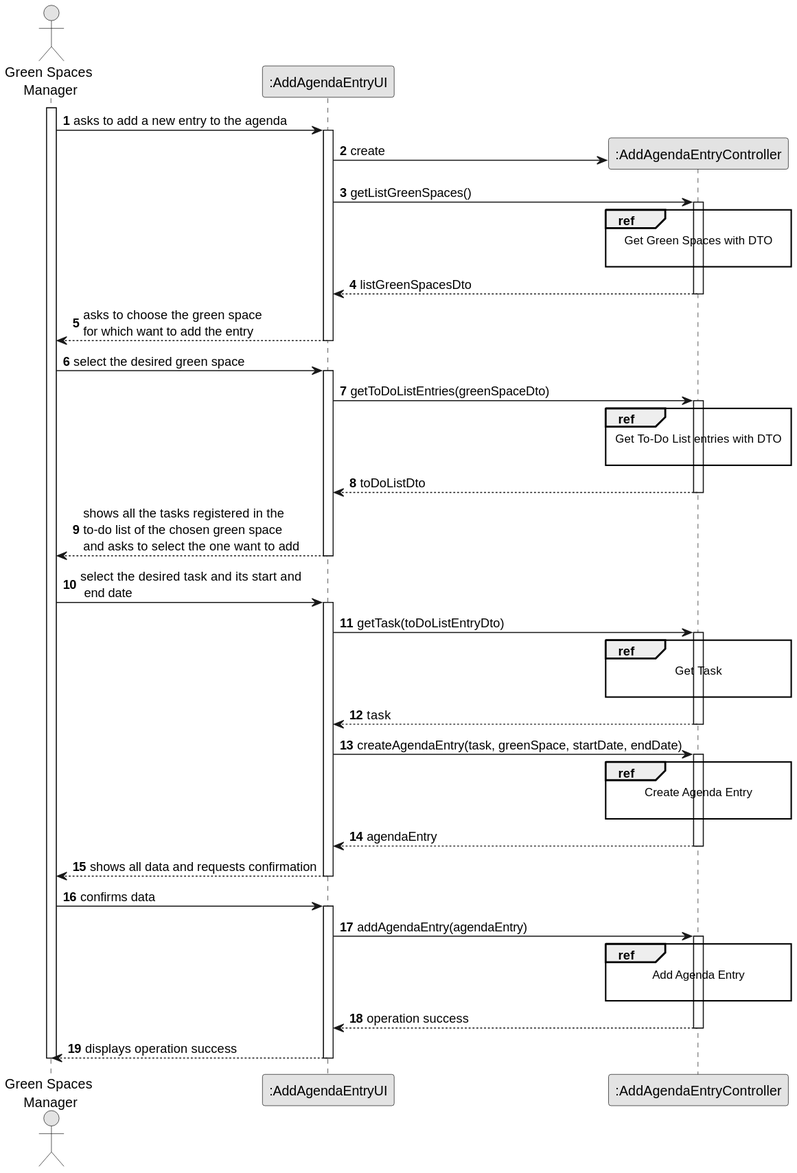
Earlier version of the PlantUML export docs/sprintC/us022/03.design/svg/us022-sequence-diagram-split.svg (diogoveirospro/lei-24-s2-1dg-g072).
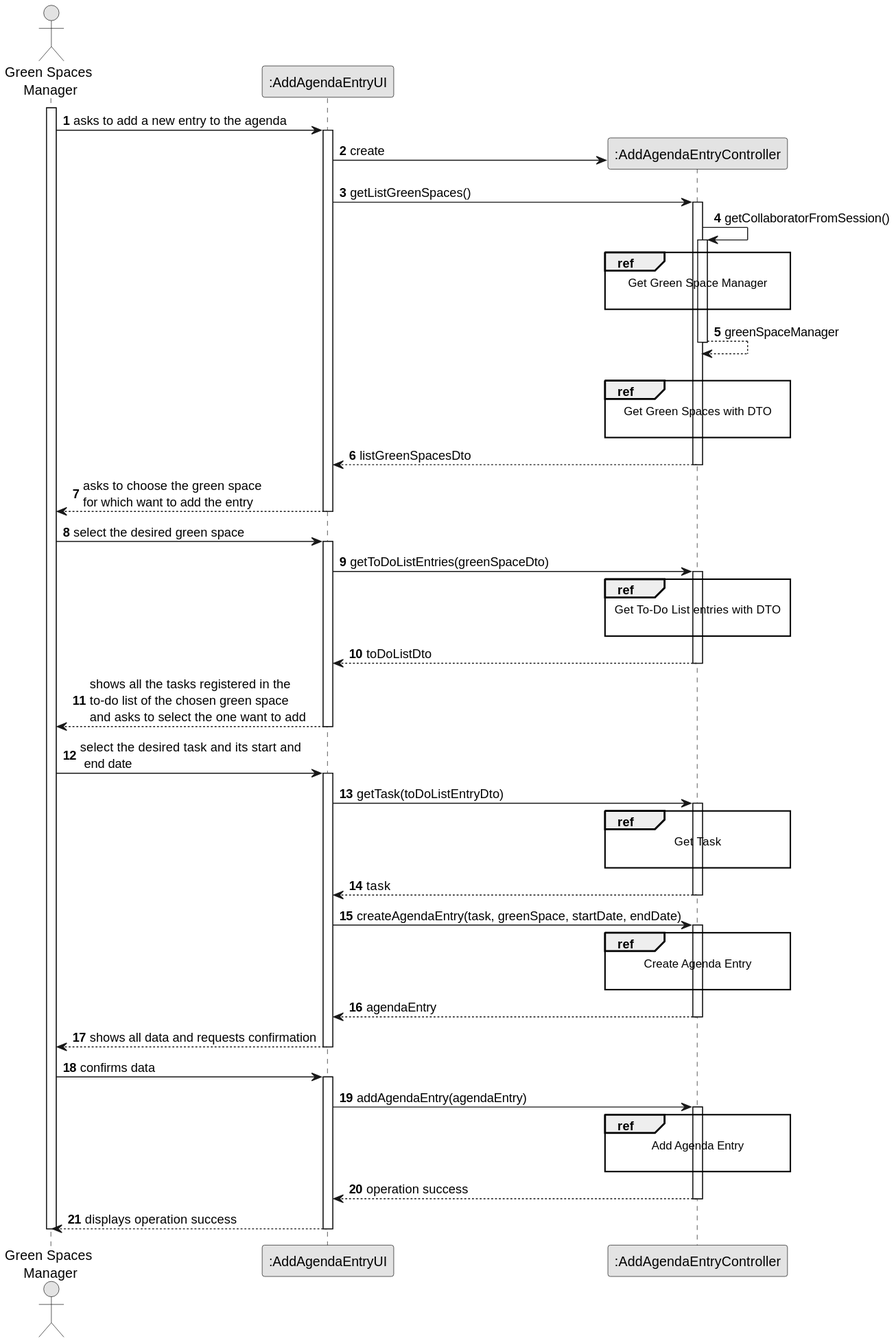
Later version of the same file.

The edit, as a diff of the source:
```diff
@@ -18,6 +18,19 @@
 
         UI -> CTRL : getListGreenSpaces()
         activate CTRL
+
+         CTRL -> CTRL: getCollaboratorFromSession()
+         activate CTRL
+
+            ref over CTRL
+            Get Green Space Manager
+
+            end
+
+         CTRL --> CTRL : greenSpaceManager
+         deactivate CTRL
+
+         |||
 
             ref over CTRL
             Get Green Spaces with DTO
```
